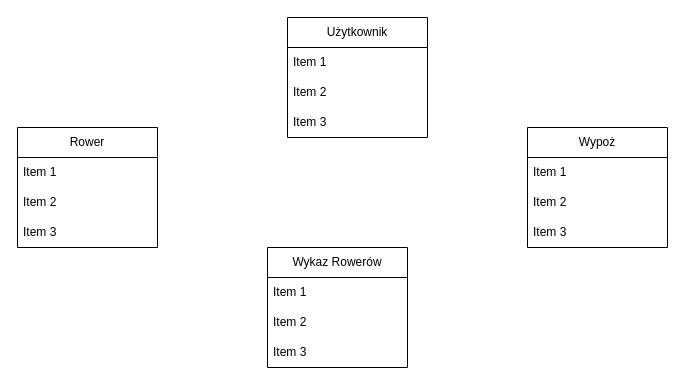
Before: Untitled Diagram.drawio in KarolinaPiechowicz05/2024-12-31, a draw.io diagram. Source tidied: cells renumbered, new cells numbered last; positions are measured from the earlier drawing's top-left corner, leaving out a move shared by most shapes. Both pictures are drawn from the tidied source at 100%, with x=0, y=0 at pixel (17, 17).
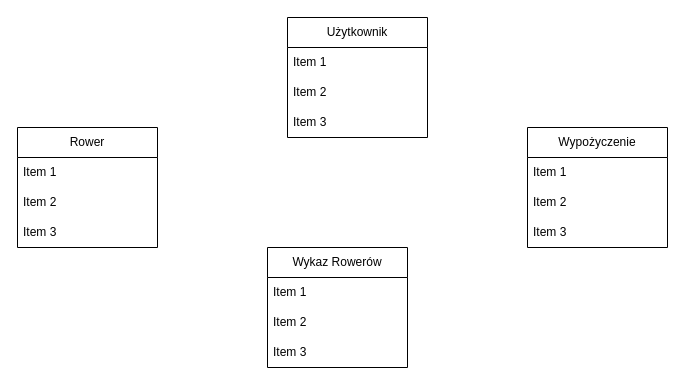
After the change.

The edit, as a diff of the source:
```diff
@@
 <mxGraphModel>
   <root>
     <mxCell id="0" />
     <mxCell id="1" parent="0" />
     <mxCell id="2" value="Użytkownik" style="swimlane;fontStyle=0;horizontal=1;startSize=30;whiteSpace=wrap;html=1;" parent="1" vertex="1">
       <mxGeometry x="270" width="140" height="120" as="geometry" />
     </mxCell>
     <mxCell id="3" value="Item 1" style="text;strokeColor=none;fillColor=none;align=left;verticalAlign=middle;spacingLeft=4;spacingRight=4;overflow=hidden;whiteSpace=wrap;html=1;" parent="2" vertex="1">
       <mxGeometry y="30" width="140" height="30" as="geometry" />
     </mxCell>
     <mxCell id="4" value="Item 2" style="text;strokeColor=none;fillColor=none;align=left;verticalAlign=middle;spacingLeft=4;spacingRight=4;overflow=hidden;whiteSpace=wrap;html=1;" parent="2" vertex="1">
       <mxGeometry y="60" width="140" height="30" as="geometry" />
     </mxCell>
     <mxCell id="5" value="Item 3" style="text;strokeColor=none;fillColor=none;align=left;verticalAlign=middle;spacingLeft=4;spacingRight=4;overflow=hidden;whiteSpace=wrap;html=1;" parent="2" vertex="1">
       <mxGeometry y="90" width="140" height="30" as="geometry" />
     </mxCell>
     <mxCell id="6" value="Rower" style="swimlane;fontStyle=0;horizontal=1;startSize=30;whiteSpace=wrap;html=1;" parent="1" vertex="1">
       <mxGeometry y="110" width="140" height="120" as="geometry" />
     </mxCell>
     <mxCell id="7" value="Item 1" style="text;strokeColor=none;fillColor=none;align=left;verticalAlign=middle;spacingLeft=4;spacingRight=4;overflow=hidden;whiteSpace=wrap;html=1;" parent="6" vertex="1">
       <mxGeometry y="30" width="140" height="30" as="geometry" />
     </mxCell>
     <mxCell id="8" value="Item 2" style="text;strokeColor=none;fillColor=none;align=left;verticalAlign=middle;spacingLeft=4;spacingRight=4;overflow=hidden;whiteSpace=wrap;html=1;" parent="6" vertex="1">
       <mxGeometry y="60" width="140" height="30" as="geometry" />
     </mxCell>
     <mxCell id="9" value="Item 3" style="text;strokeColor=none;fillColor=none;align=left;verticalAlign=middle;spacingLeft=4;spacingRight=4;overflow=hidden;whiteSpace=wrap;html=1;" parent="6" vertex="1">
       <mxGeometry y="90" width="140" height="30" as="geometry" />
     </mxCell>
-    <mxCell id="10" value="Wypoż" style="swimlane;fontStyle=0;horizontal=1;startSize=30;whiteSpace=wrap;html=1;" parent="1" vertex="1">
+    <mxCell id="10" value="Wypożyczenie" style="swimlane;fontStyle=0;horizontal=1;startSize=30;whiteSpace=wrap;html=1;" parent="1" vertex="1">
       <mxGeometry x="510" y="110" width="140" height="120" as="geometry" />
     </mxCell>
     <mxCell id="11" value="Item 1" style="text;strokeColor=none;fillColor=none;align=left;verticalAlign=middle;spacingLeft=4;spacingRight=4;overflow=hidden;whiteSpace=wrap;html=1;" parent="10" vertex="1">
       <mxGeometry y="30" width="140" height="30" as="geometry" />
     </mxCell>
     <mxCell id="12" value="Item 2" style="text;strokeColor=none;fillColor=none;align=left;verticalAlign=middle;spacingLeft=4;spacingRight=4;overflow=hidden;whiteSpace=wrap;html=1;" parent="10" vertex="1">
       <mxGeometry y="60" width="140" height="30" as="geometry" />
     </mxCell>
     <mxCell id="13" value="Item 3" style="text;strokeColor=none;fillColor=none;align=left;verticalAlign=middle;spacingLeft=4;spacingRight=4;overflow=hidden;whiteSpace=wrap;html=1;" parent="10" vertex="1">
       <mxGeometry y="90" width="140" height="30" as="geometry" />
     </mxCell>
     <mxCell id="14" value="Wykaz Rowerów" style="swimlane;fontStyle=0;horizontal=1;startSize=30;whiteSpace=wrap;html=1;" parent="1" vertex="1">
       <mxGeometry x="250" y="230" width="140" height="120" as="geometry" />
     </mxCell>
     <mxCell id="15" value="Item 1" style="text;strokeColor=none;fillColor=none;align=left;verticalAlign=middle;spacingLeft=4;spacingRight=4;overflow=hidden;whiteSpace=wrap;html=1;" parent="14" vertex="1">
       <mxGeometry y="30" width="140" height="30" as="geometry" />
     </mxCell>
     <mxCell id="16" value="Item 2" style="text;strokeColor=none;fillColor=none;align=left;verticalAlign=middle;spacingLeft=4;spacingRight=4;overflow=hidden;whiteSpace=wrap;html=1;" parent="14" vertex="1">
       <mxGeometry y="60" width="140" height="30" as="geometry" />
     </mxCell>
     <mxCell id="17" value="Item 3" style="text;strokeColor=none;fillColor=none;align=left;verticalAlign=middle;spacingLeft=4;spacingRight=4;overflow=hidden;whiteSpace=wrap;html=1;" parent="14" vertex="1">
       <mxGeometry y="90" width="140" height="30" as="geometry" />
     </mxCell>
   </root>
 </mxGraphModel>
```
